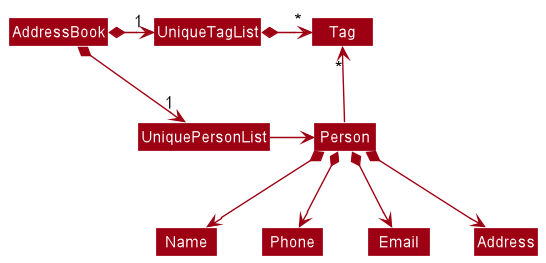
Earlier version of the PlantUML export docs/images/BetterModelClassDiagram.png (nus-cs2103-AY2223S1/tp).
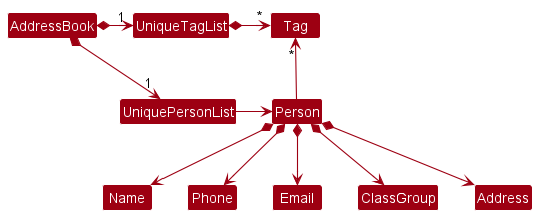
After the commit.

Commit message:
Add class group to UML diagram

Diff of the diagram source:
```diff
@@ -17,5 +17,6 @@
 Person *--> Name
 Person *--> Phone
 Person *--> Email
+Person *--> ClassGroup
 Person *--> Address
 @enduml
```
